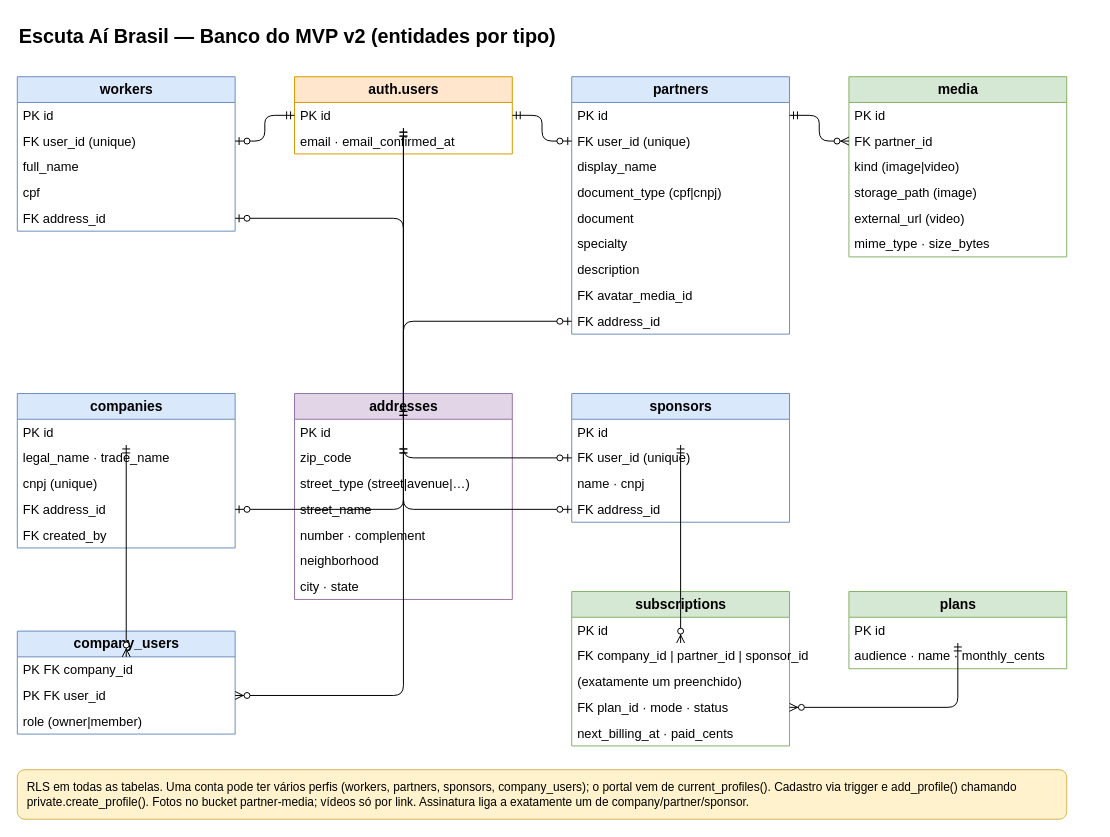
Above: arquiteturas/06-banco-de-dados-mvp.drawio in ArthurMMaciel/fala-ai-brasil (draw.io), before the change. Source tidied: cells renumbered, new cells numbered last; positions are measured from the earlier drawing's top-left corner, leaving out a move shared by most shapes. Both pictures are drawn from the tidied source at 99%, with x=0, y=0 at pixel (17, 17).
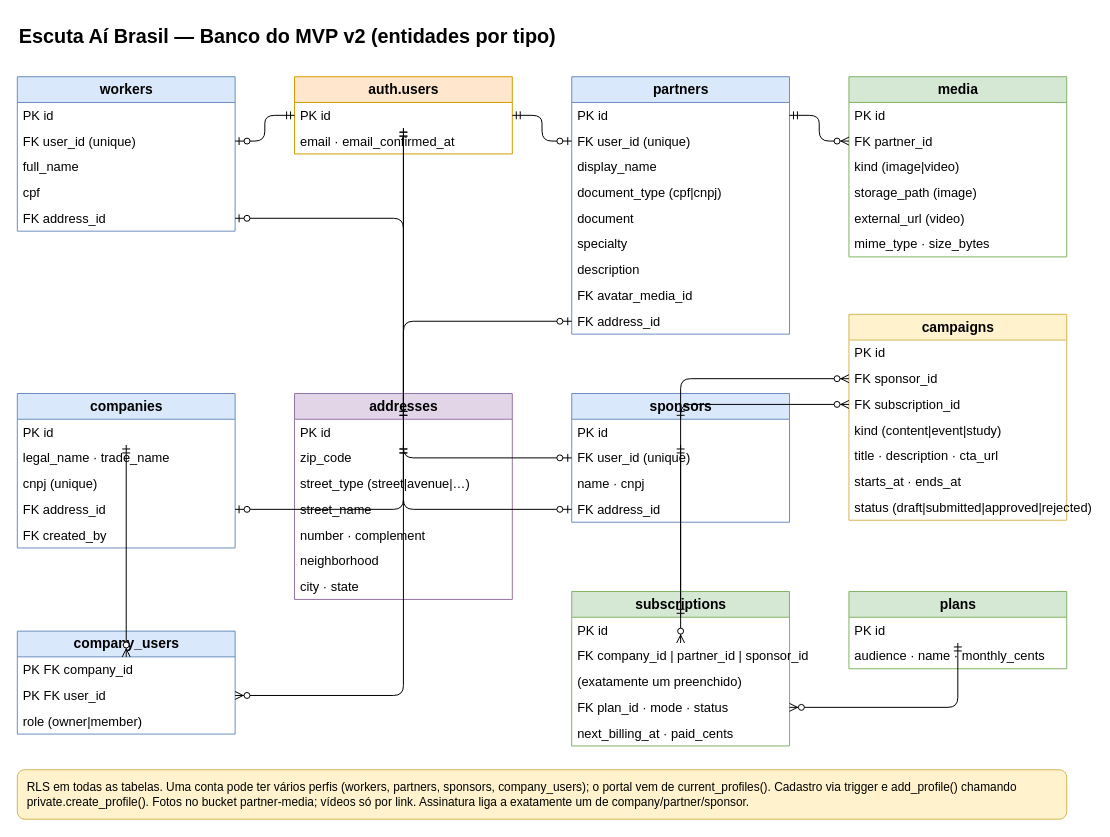
The same diagram, later.

Unchanged cells that the change refers to:
```xml
<mxCell id="44" value="PK id" style="text;strokeColor=none;fillColor=none;align=left;verticalAlign=middle;spacingLeft=4;html=1;fontSize=13;" parent="43" vertex="1">
  <mxGeometry y="26" width="220" height="26" as="geometry" />
</mxCell>
<mxCell id="53" value="PK id" style="text;strokeColor=none;fillColor=none;align=left;verticalAlign=middle;spacingLeft=4;html=1;fontSize=13;" parent="52" vertex="1">
  <mxGeometry y="26" width="220" height="26" as="geometry" />
</mxCell>
```

Diff of the diagram source:
```diff
@@
+    <mxCell id="74" value="campaigns" style="swimlane;fontStyle=1;horizontal=1;startSize=26;html=1;fillColor=#fff2cc;strokeColor=#d6b656;fontSize=14;" parent="1" vertex="1">
+      <mxGeometry x="840" y="300" width="220" height="208" as="geometry" />
+    </mxCell>
+    <mxCell id="75" value="PK id" style="text;strokeColor=none;fillColor=none;align=left;verticalAlign=middle;spacingLeft=4;html=1;fontSize=13;" parent="74" vertex="1">
+      <mxGeometry y="26" width="220" height="26" as="geometry" />
+    </mxCell>
+    <mxCell id="76" value="FK sponsor_id" style="text;strokeColor=none;fillColor=none;align=left;verticalAlign=middle;spacingLeft=4;html=1;fontSize=13;" parent="74" vertex="1">
+      <mxGeometry y="52" width="220" height="26" as="geometry" />
+    </mxCell>
+    <mxCell id="77" value="FK subscription_id" style="text;strokeColor=none;fillColor=none;align=left;verticalAlign=middle;spacingLeft=4;html=1;fontSize=13;" parent="74" vertex="1">
+      <mxGeometry y="78" width="220" height="26" as="geometry" />
+    </mxCell>
+    <mxCell id="78" value="kind (content|event|study)" style="text;strokeColor=none;fillColor=none;align=left;verticalAlign=middle;spacingLeft=4;html=1;fontSize=13;" parent="74" vertex="1">
+      <mxGeometry y="104" width="220" height="26" as="geometry" />
+    </mxCell>
+    <mxCell id="79" value="title · description · cta_url" style="text;strokeColor=none;fillColor=none;align=left;verticalAlign=middle;spacingLeft=4;html=1;fontSize=13;" parent="74" vertex="1">
+      <mxGeometry y="130" width="220" height="26" as="geometry" />
+    </mxCell>
+    <mxCell id="80" value="starts_at · ends_at" style="text;strokeColor=none;fillColor=none;align=left;verticalAlign=middle;spacingLeft=4;html=1;fontSize=13;" parent="74" vertex="1">
+      <mxGeometry y="156" width="220" height="26" as="geometry" />
+    </mxCell>
+    <mxCell id="81" value="status (draft|submitted|approved|rejected)" style="text;strokeColor=none;fillColor=none;align=left;verticalAlign=middle;spacingLeft=4;html=1;fontSize=13;" parent="74" vertex="1">
+      <mxGeometry y="182" width="220" height="26" as="geometry" />
+    </mxCell>
@@
+    <mxCell id="82" style="edgeStyle=orthogonalEdgeStyle;html=1;startArrow=ERzeroToMany;endArrow=ERmandOne;" parent="1" edge="1" source="76" target="44">
+      <mxGeometry relative="1" as="geometry" />
+    </mxCell>
+    <mxCell id="83" style="edgeStyle=orthogonalEdgeStyle;html=1;startArrow=ERzeroToMany;endArrow=ERmandOne;" parent="1" edge="1" source="77" target="53">
+      <mxGeometry relative="1" as="geometry" />
+    </mxCell>
```
